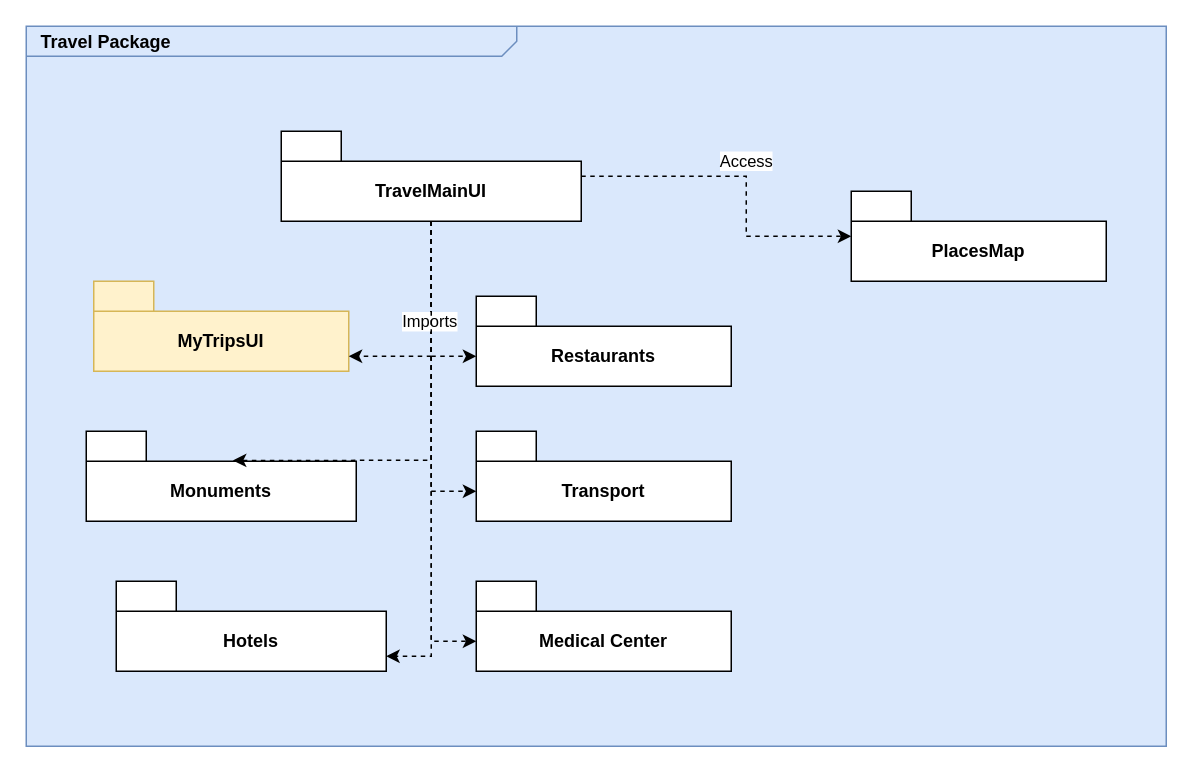
The draw.io diagram FinalCityInfoActivity.drawio in MurielleMardenli200/LOG8430_TP1, before the edit. Source tidied: cells renumbered, new cells numbered last; positions are measured from the earlier drawing's top-left corner, leaving out a move shared by most shapes. Both pictures are drawn from the tidied source at 150%, with x=0, y=0 at pixel (26, 26).
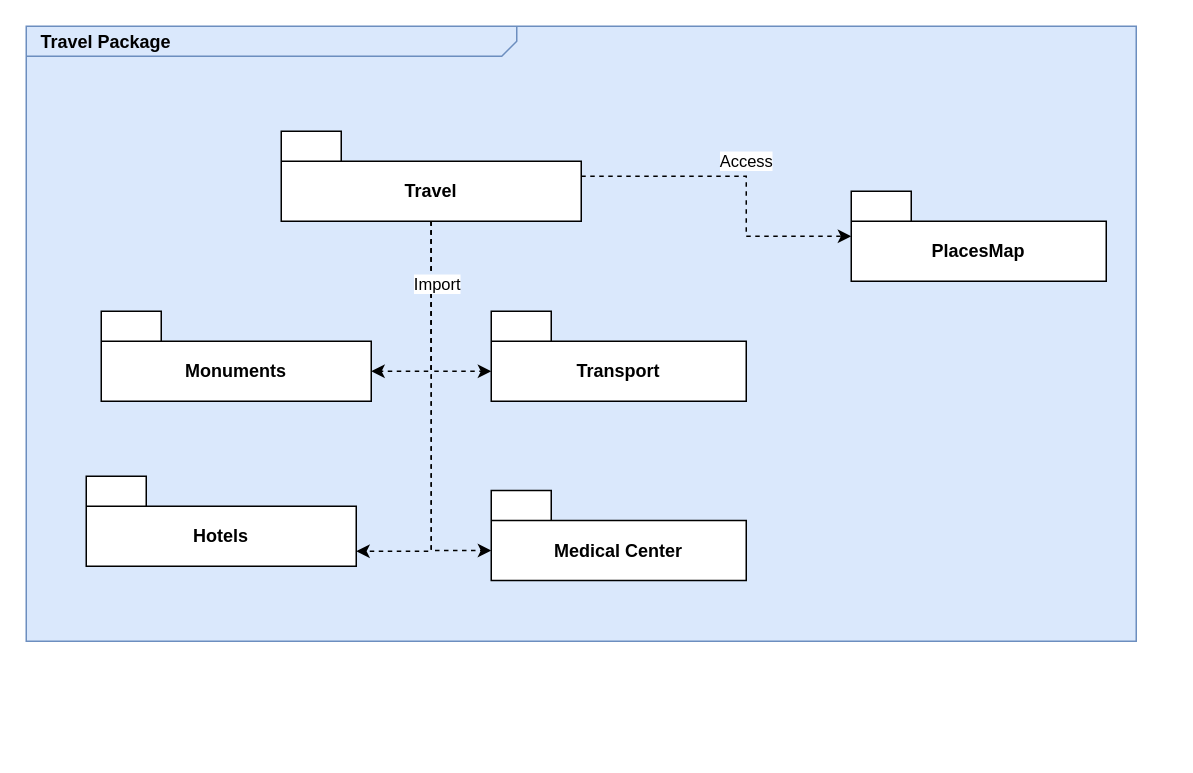
The same diagram, later.

Diff of the diagram source:
```diff
@@
     <mxCell id="2" value="&lt;p style=&quot;margin: 0px ; margin-top: 4px ; margin-left: 10px ; text-align: left&quot;&gt;&lt;span style=&quot;background-color: transparent; text-align: center;&quot;&gt;&lt;b&gt;Travel&lt;/b&gt;&lt;/span&gt;&lt;b&gt;&amp;nbsp;Package&lt;/b&gt;&lt;/p&gt;" style="html=1;strokeWidth=1;shape=mxgraph.sysml.package;html=1;overflow=fill;whiteSpace=wrap;fillColor=#dae8fc;fontSize=12;align=center;labelX=327.64;strokeColor=#6c8ebf;" parent="1" vertex="1">
-      <mxGeometry width="760" height="480" as="geometry" />
+      <mxGeometry width="740" height="410" as="geometry" />
     </mxCell>
@@
-    <mxCell id="4" value="TravelMainUI" style="shape=folder;fontStyle=1;tabWidth=40;tabHeight=20;tabPosition=left;html=1;boundedLbl=1;whiteSpace=wrap;" parent="1" vertex="1">
+    <mxCell id="4" value="Travel" style="shape=folder;fontStyle=1;tabWidth=40;tabHeight=20;tabPosition=left;html=1;boundedLbl=1;whiteSpace=wrap;" parent="1" vertex="1">
       <mxGeometry x="170" y="70" width="200" height="60" as="geometry" />
     </mxCell>
     <mxCell id="5" value="Monuments" style="shape=folder;fontStyle=1;tabWidth=40;tabHeight=20;tabPosition=left;html=1;boundedLbl=1;whiteSpace=wrap;" parent="1" vertex="1">
-      <mxGeometry x="40" y="270" width="180" height="60" as="geometry" />
+      <mxGeometry x="50" y="190" width="180" height="60" as="geometry" />
     </mxCell>
     <mxCell id="6" value="Hotels" style="shape=folder;fontStyle=1;tabWidth=40;tabHeight=20;tabPosition=left;html=1;boundedLbl=1;whiteSpace=wrap;" parent="1" vertex="1">
-      <mxGeometry x="60" y="370" width="180" height="60" as="geometry" />
+      <mxGeometry x="40" y="300" width="180" height="60" as="geometry" />
     </mxCell>
     <mxCell id="7" value="Medical Center" style="shape=folder;fontStyle=1;tabWidth=40;tabHeight=20;tabPosition=left;html=1;boundedLbl=1;whiteSpace=wrap;" parent="1" vertex="1">
-      <mxGeometry x="300" y="370" width="170" height="60" as="geometry" />
+      <mxGeometry x="310" y="309.5" width="170" height="60" as="geometry" />
     </mxCell>
     <mxCell id="8" value="Transport" style="shape=folder;fontStyle=1;tabWidth=40;tabHeight=20;tabPosition=left;html=1;boundedLbl=1;whiteSpace=wrap;" parent="1" vertex="1">
-      <mxGeometry x="300" y="270" width="170" height="60" as="geometry" />
+      <mxGeometry x="310" y="190" width="170" height="60" as="geometry" />
     </mxCell>
-    <mxCell id="9" value="Restaurants" style="shape=folder;fontStyle=1;tabWidth=40;tabHeight=20;tabPosition=left;html=1;boundedLbl=1;whiteSpace=wrap;" parent="1" vertex="1">
-      <mxGeometry x="300" y="180" width="170" height="60" as="geometry" />
-    </mxCell>
@@
-    <mxCell id="13" style="edgeStyle=orthogonalEdgeStyle;shape=connector;rounded=0;jettySize=auto;html=1;dashed=1;strokeColor=default;align=center;verticalAlign=middle;fontFamily=Helvetica;fontSize=11;fontColor=default;labelBackgroundColor=default;endArrow=classic;entryX=0.543;entryY=0.324;entryDx=0;entryDy=0;entryPerimeter=0;" parent="1" edge="1" source="4" target="5">
+    <mxCell id="13" style="edgeStyle=orthogonalEdgeStyle;shape=connector;rounded=0;jettySize=auto;html=1;dashed=1;strokeColor=default;align=center;verticalAlign=middle;fontFamily=Helvetica;fontSize=11;fontColor=default;labelBackgroundColor=default;endArrow=classic;entryX=0;entryY=0;entryDx=180;entryDy=40;entryPerimeter=0;" parent="1" edge="1" source="4" target="5">
       <mxGeometry relative="1" as="geometry">
         <Array as="points">
-          <mxPoint x="270" y="289" />
+          <mxPoint x="270" y="230" />
         </Array>
       </mxGeometry>
     </mxCell>
     <mxCell id="14" style="edgeStyle=orthogonalEdgeStyle;shape=connector;rounded=0;jettySize=auto;html=1;entryX=0;entryY=0;entryDx=180;entryDy=50;entryPerimeter=0;dashed=1;strokeColor=default;align=center;verticalAlign=middle;fontFamily=Helvetica;fontSize=11;fontColor=default;labelBackgroundColor=default;endArrow=classic;" parent="1" edge="1" source="4" target="6">
       <mxGeometry relative="1" as="geometry">
         <Array as="points">
-          <mxPoint x="270" y="420" />
+          <mxPoint x="270" y="350" />
         </Array>
       </mxGeometry>
     </mxCell>
-    <mxCell id="15" style="edgeStyle=orthogonalEdgeStyle;shape=connector;rounded=0;jettySize=auto;html=1;entryX=0;entryY=0;entryDx=0;entryDy=40;entryPerimeter=0;dashed=1;strokeColor=default;align=center;verticalAlign=middle;fontFamily=Helvetica;fontSize=11;fontColor=default;labelBackgroundColor=default;endArrow=classic;" parent="1" edge="1" source="4" target="9">
-      <mxGeometry relative="1" as="geometry" />
-    </mxCell>
-    <mxCell id="16" value="Imports" style="edgeLabel;html=1;align=center;verticalAlign=middle;fontFamily=Helvetica;fontSize=11;fontColor=default;labelBackgroundColor=default;" parent="15" vertex="1">
-      <mxGeometry x="0.12" y="-2" relative="1" as="geometry">
-        <mxPoint y="-1" as="offset" />
-      </mxGeometry>
-    </mxCell>
-    <mxCell id="17" value="MyTripsUI" style="shape=folder;fontStyle=1;tabWidth=40;tabHeight=20;tabPosition=left;html=1;boundedLbl=1;whiteSpace=wrap;fillColor=#fff2cc;strokeColor=#d6b656;" parent="1" vertex="1">
-      <mxGeometry x="45" y="170" width="170" height="60" as="geometry" />
-    </mxCell>
-    <mxCell id="18" style="edgeStyle=orthogonalEdgeStyle;shape=connector;rounded=0;jettySize=auto;html=1;entryX=0;entryY=0;entryDx=170;entryDy=50;entryPerimeter=0;dashed=1;strokeColor=default;align=center;verticalAlign=middle;fontFamily=Helvetica;fontSize=11;fontColor=default;labelBackgroundColor=default;endArrow=classic;" parent="1" edge="1" source="4" target="17">
-      <mxGeometry relative="1" as="geometry" />
-    </mxCell>
+    <mxCell id="19" value="Import" style="edgeLabel;html=1;align=center;verticalAlign=middle;fontFamily=Helvetica;fontSize=11;fontColor=default;labelBackgroundColor=default;" parent="14" vertex="1">
+      <mxGeometry x="-0.7" y="3" relative="1" as="geometry" />
+    </mxCell>
```
